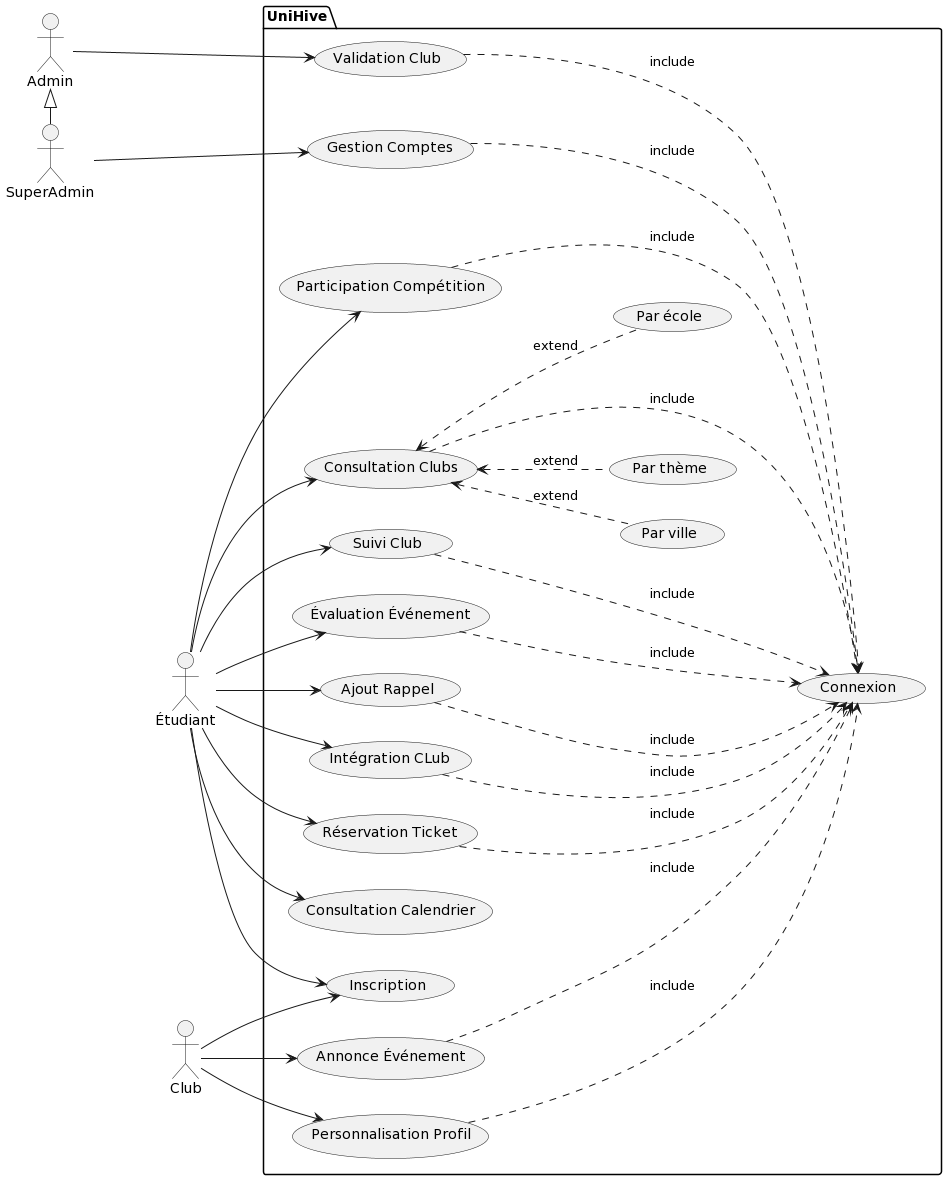
This is UML Diagrams/use case diagram.png from m-elhamlaoui/development-platform-biog, a PlantUML export, as it was before one commit. The source it was exported from:
```plantuml
@startuml
left to right direction
actor Étudiant as étu
actor Club as clu
actor Admin as ad
actor SuperAdmin as supad
ad <|- supad
package UniHive {
  usecase "Inscription" as UC0
  usecase "Connexion" as UC1
  usecase "Intégration CLub" as UC2
  usecase "Réservation Ticket" as UC3
  usecase "Consultation Calendrier" as UC4
  usecase "Participation Compétition" as UC5
  usecase "Consultation Clubs" as UC6
  usecase "Suivi Club" as UC7
  usecase "Évaluation Événement" as UC8
  usecase "Ajout Rappel" as UC9
  usecase "Annonce Événement" as UC10
  usecase "Personnalisation Profil" as UC11
  usecase "Validation Club" as UC12
  usecase "Gestion Comptes" as UC13
  UC2 ...> UC1 : include
  UC3 ...> UC1 : include
  UC5 ...> UC1 : include
  UC7 ...> UC1 : include
  UC8 ...> UC1 : include
  UC9 ...> UC1 : include
  UC10 ...> UC1 : include
  UC11 ...> UC1 : include
  UC12 ...> UC1 : include
  UC13 ...> UC1 : include
  UC6 ...> UC1 : include
  UC6 <.. (Par école) : extend
  UC6 <.. (Par ville) : extend
  UC6 <.. (Par thème) : extend
}
étu --> UC0
clu --> UC0
étu --> UC2
étu --> UC3
étu --> UC4
étu --> UC5
étu --> UC6
étu --> UC7
étu --> UC8
étu --> UC9
clu --> UC10
clu --> UC11
ad --> UC12
supad ---> UC13
@enduml
```
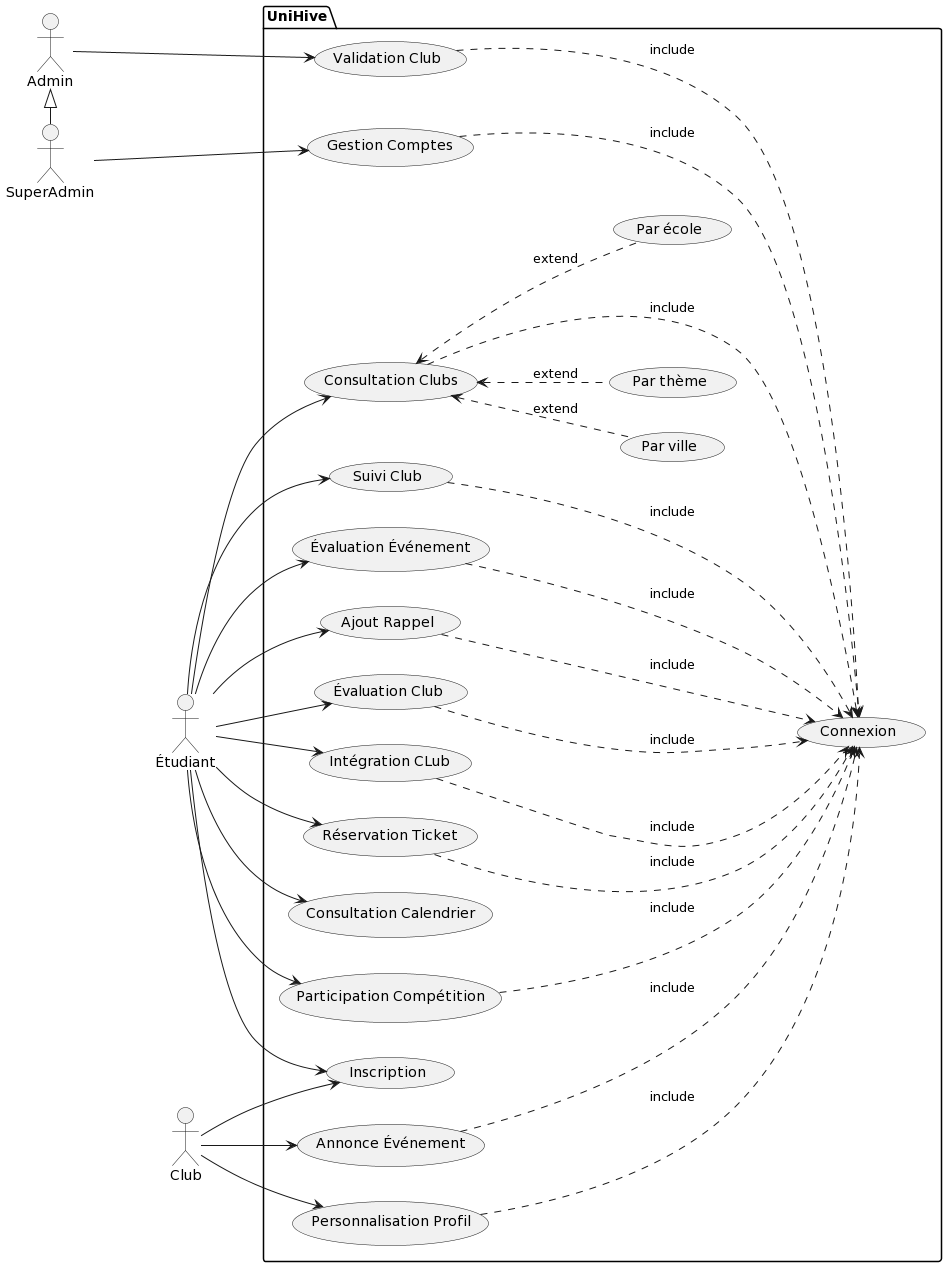
After the commit.

Commit message:
updated uml diagrams

The edit, as a diff of the source:
```diff
@@ -6,34 +6,36 @@
 actor SuperAdmin as supad
 ad <|- supad
 package UniHive {
-  usecase "Inscription" as UC0
-  usecase "Connexion" as UC1
-  usecase "Intégration CLub" as UC2
-  usecase "Réservation Ticket" as UC3
-  usecase "Consultation Calendrier" as UC4
-  usecase "Participation Compétition" as UC5
-  usecase "Consultation Clubs" as UC6
-  usecase "Suivi Club" as UC7
-  usecase "Évaluation Événement" as UC8
-  usecase "Ajout Rappel" as UC9
-  usecase "Annonce Événement" as UC10
-  usecase "Personnalisation Profil" as UC11
-  usecase "Validation Club" as UC12
-  usecase "Gestion Comptes" as UC13
-  UC2 ...> UC1 : include
-  UC3 ...> UC1 : include
-  UC5 ...> UC1 : include
-  UC7 ...> UC1 : include
-  UC8 ...> UC1 : include
-  UC9 ...> UC1 : include
-  UC10 ...> UC1 : include
-  UC11 ...> UC1 : include
-  UC12 ...> UC1 : include
-  UC13 ...> UC1 : include
-  UC6 ...> UC1 : include
-  UC6 <.. (Par école) : extend
-  UC6 <.. (Par ville) : extend
-  UC6 <.. (Par thème) : extend
+usecase "Inscription" as UC0
+usecase "Connexion" as UC1
+usecase "Intégration CLub" as UC2
+usecase "Réservation Ticket" as UC3
+usecase "Consultation Calendrier" as UC4
+usecase "Participation Compétition" as UC5
+usecase "Consultation Clubs" as UC6
+usecase "Suivi Club" as UC7
+usecase "Évaluation Événement" as UC8
+usecase "Ajout Rappel" as UC9
+usecase "Annonce Événement" as UC10
+usecase "Personnalisation Profil" as UC11
+usecase "Validation Club" as UC12
+usecase "Gestion Comptes" as UC13
+usecase "Évaluation Club" as UC14
+UC2 ...> UC1 : include
+UC3 ...> UC1 : include
+UC5 ...> UC1 : include
+UC7 ...> UC1 : include
+UC8 ...> UC1 : include
+UC9 ...> UC1 : include
+UC10 ...> UC1 : include
+UC11 ...> UC1 : include
+UC12 ...> UC1 : include
+UC13 ...> UC1 : include
+UC14 ...> UC1 : include
+UC6 ...> UC1 : include
+UC6 <.. (Par école) : extend
+UC6 <.. (Par ville) : extend
+UC6 <.. (Par thème) : extend
 }
 étu --> UC0
 clu --> UC0
@@ -45,6 +47,7 @@
 étu --> UC7
 étu --> UC8
 étu --> UC9
+étu --> UC14
 clu --> UC10
 clu --> UC11
 ad --> UC12
```
